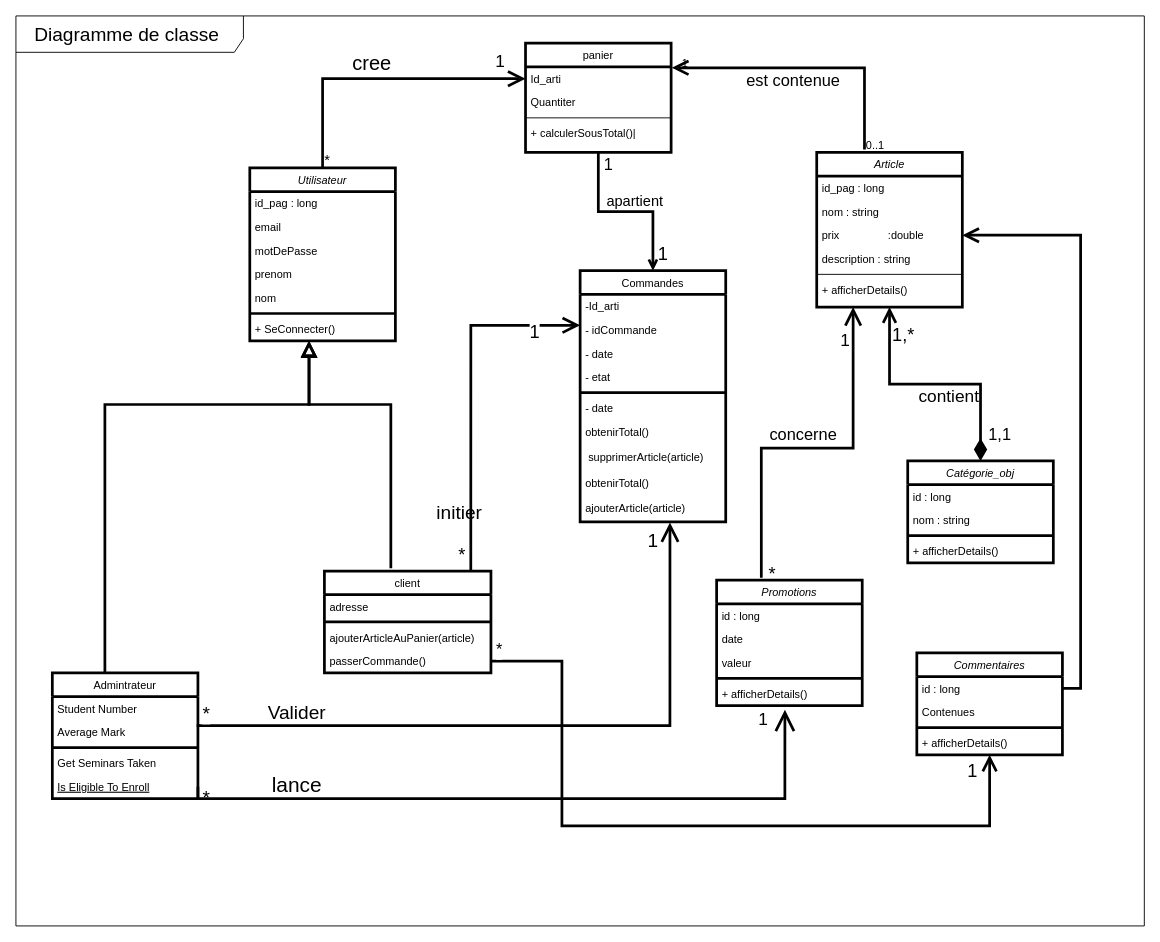
The draw.io diagram res/Classe Diagram.drawio in Meshavegas/Fadhyl-Store, before the edit. Source tidied: cells renumbered, new cells numbered last; positions are measured from the earlier drawing's top-left corner, leaving out a move shared by most shapes. Both pictures are drawn from the tidied source at 91%, with x=0, y=0 at pixel (15, -56).
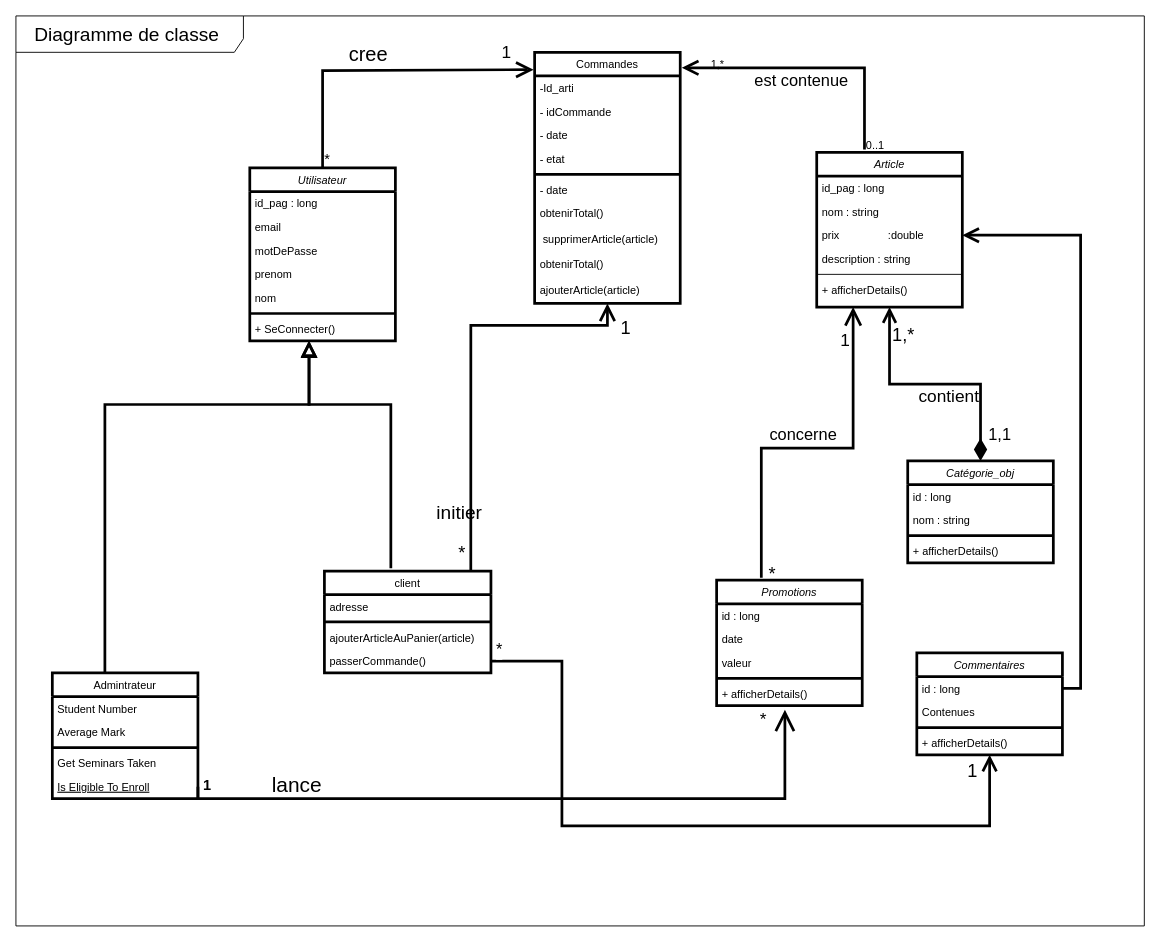
After the change.

Unchanged cells that the change refers to:
```xml
<mxCell id="5" value="Article" style="swimlane;fontStyle=2;align=center;verticalAlign=top;horizontal=1;startSize=26;rounded=0;shadow=0;strokeWidth=3;" parent="1" vertex="1">
  <mxGeometry x="880" y="228" width="160" height="170" as="geometry" />
</mxCell>
<mxCell id="14" value="Average Mark" style="text;align=left;verticalAlign=top;spacingLeft=4;spacingRight=4;overflow=hidden;points=[[0,0.5],[1,0.5]];portConstraint=eastwest;rounded=0;shadow=0;html=0;" parent="12" vertex="1">
  <mxGeometry y="52" width="160" height="26" as="geometry" />
</mxCell>
<mxCell id="47" value="ajouterArticle(article)" style="text;align=left;verticalAlign=top;spacingLeft=4;spacingRight=4;overflow=hidden;points=[[0,0.5],[1,0.5]];portConstraint=eastwest;" parent="37" vertex="1">
  <mxGeometry y="248" width="160" height="28" as="geometry" />
</mxCell>
<mxCell id="52" value="Utilisateur" style="swimlane;fontStyle=2;align=center;verticalAlign=top;horizontal=1;startSize=26;rounded=0;shadow=0;strokeWidth=3;" parent="1" vertex="1">
  <mxGeometry x="257" y="245" width="160" height="190" as="geometry" />
</mxCell>
<mxCell id="60" style="edgeStyle=orthogonalEdgeStyle;rounded=0;jettySize=auto;html=1;exitX=0.879;exitY=-0.005;exitDx=0;exitDy=0;exitPerimeter=0;strokeWidth=3;endSize=13;endArrow=open;endFill=0;" parent="1" edge="1" source="19" target="37">
  <mxGeometry relative="1" as="geometry">
    <Array as="points">
      <mxPoint x="500" y="418" />
    </Array>
  </mxGeometry>
</mxCell>
<mxCell id="86" style="edgeStyle=orthogonalEdgeStyle;rounded=0;jettySize=auto;html=1;exitX=1;exitY=0.5;exitDx=0;exitDy=0;entryX=0.469;entryY=1.173;entryDx=0;entryDy=0;entryPerimeter=0;strokeWidth=3;endArrow=open;endFill=0;endSize=17;" parent="1" edge="1" source="17" target="84">
  <mxGeometry relative="1" as="geometry">
    <Array as="points">
      <mxPoint x="200" y="938" />
      <mxPoint x="845" y="938" />
    </Array>
  </mxGeometry>
</mxCell>
```

The edit, as a diff of the source:
```diff
@@
-    <mxCell id="25" style="edgeStyle=orthogonalEdgeStyle;rounded=0;jettySize=auto;html=1;exitX=0.5;exitY=1;exitDx=0;exitDy=0;entryX=0.5;entryY=0;entryDx=0;entryDy=0;endArrow=open;endFill=0;strokeWidth=3;" parent="1" edge="1" source="28" target="37">
-      <mxGeometry relative="1" as="geometry" />
-    </mxCell>
-    <mxCell id="26" value="&lt;font style=&quot;font-size: 18px;&quot;&gt;1&lt;/font&gt;" style="edgeLabel;html=1;align=center;verticalAlign=middle;" parent="25" vertex="1">
-      <mxGeometry x="-0.86" y="1" relative="1" as="geometry">
-        <mxPoint x="9" as="offset" />
-      </mxGeometry>
-    </mxCell>
-    <mxCell id="27" value="&lt;font style=&quot;font-size: 20px;&quot;&gt;1&lt;/font&gt;" style="edgeLabel;html=1;align=center;verticalAlign=middle;" parent="25" vertex="1">
-      <mxGeometry x="0.79" y="-3" relative="1" as="geometry">
-        <mxPoint x="13" as="offset" />
-      </mxGeometry>
-    </mxCell>
-    <mxCell id="28" value="panier" style="swimlane;fontStyle=0;align=center;verticalAlign=top;horizontal=1;startSize=26;rounded=0;shadow=0;strokeWidth=3;" parent="1" vertex="1">
-      <mxGeometry x="560" y="108" width="160" height="120" as="geometry" />
-    </mxCell>
-    <mxCell id="29" value="Id_arti" style="text;align=left;verticalAlign=top;spacingLeft=4;spacingRight=4;overflow=hidden;points=[[0,0.5],[1,0.5]];portConstraint=eastwest;" parent="28" vertex="1">
-      <mxGeometry y="26" width="160" height="26" as="geometry" />
-    </mxCell>
-    <mxCell id="30" value="Quantiter" style="text;align=left;verticalAlign=top;spacingLeft=4;spacingRight=4;overflow=hidden;rounded=0;shadow=0;html=0;" parent="28" vertex="1">
-      <mxGeometry y="52" width="160" height="26" as="geometry" />
-    </mxCell>
-    <mxCell id="31" style="line;html=1;strokeWidth=1;align=left;verticalAlign=middle;spacingTop=-1;spacingLeft=3;spacingRight=3;labelPosition=right;" parent="28" vertex="1">
-      <mxGeometry y="78" width="160" height="8" as="geometry" />
-    </mxCell>
-    <mxCell id="32" value="+ calculerSousTotal()|" style="text;align=left;verticalAlign=top;spacingLeft=4;spacingRight=4;overflow=hidden;" parent="28" vertex="1">
-      <mxGeometry y="86" width="160" height="26" as="geometry" />
-    </mxCell>
-    <mxCell id="33" style="endArrow=open;shadow=0;strokeWidth=3;rounded=0;endFill=1;edgeStyle=elbowEdgeStyle;elbow=vertical;entryX=1.005;entryY=0.007;entryDx=0;entryDy=0;entryPerimeter=0;exitX=0.328;exitY=-0.019;exitDx=0;exitDy=0;exitPerimeter=0;endSize=12;" parent="1" edge="1" source="5" target="29">
+    <mxCell id="33" style="endArrow=open;shadow=0;strokeWidth=3;rounded=0;endFill=1;edgeStyle=elbowEdgeStyle;elbow=vertical;entryX=1.011;entryY=0.062;entryDx=0;entryDy=0;entryPerimeter=0;exitX=0.328;exitY=-0.019;exitDx=0;exitDy=0;exitPerimeter=0;endSize=12;" parent="1" edge="1" source="5" target="37">
       <mxGeometry x="0.5" y="41" relative="1" as="geometry">
         <Array as="points">
           <mxPoint x="982.1" y="135" />
           <mxPoint x="682.1" y="45" />
           <mxPoint x="922.1" />
         </Array>
         <mxPoint x="-40" y="32" as="offset" />
       </mxGeometry>
     </mxCell>
@@
-    <mxCell id="35" value="1" style="align=right;verticalAlign=bottom;labelBackgroundColor=none;fontSize=12;" parent="33" vertex="1">
+    <mxCell id="35" value="1,*" style="align=right;verticalAlign=bottom;labelBackgroundColor=none;fontSize=12;" parent="33" vertex="1">
       <mxGeometry x="1" relative="1" as="geometry">
-        <mxPoint x="19" y="4" as="offset" />
+        <mxPoint x="48" y="4" as="offset" />
       </mxGeometry>
     </mxCell>
@@
     <mxCell id="37" value="Commandes" style="swimlane;fontStyle=0;align=center;verticalAlign=top;horizontal=1;startSize=26;rounded=0;shadow=0;strokeWidth=3;" parent="1" vertex="1">
-      <mxGeometry x="620" y="358" width="160" height="276" as="geometry" />
+      <mxGeometry x="570" y="118" width="160" height="276" as="geometry" />
     </mxCell>
@@
-    <mxCell id="48" style="edgeStyle=orthogonalEdgeStyle;rounded=0;jettySize=auto;html=1;exitX=0.5;exitY=0;exitDx=0;exitDy=0;entryX=0;entryY=0.5;entryDx=0;entryDy=0;endArrow=open;endFill=0;strokeWidth=3;endSize=13;" parent="1" edge="1" source="52" target="29">
-      <mxGeometry relative="1" as="geometry" />
+    <mxCell id="48" style="edgeStyle=orthogonalEdgeStyle;rounded=0;jettySize=auto;html=1;exitX=0.5;exitY=0;exitDx=0;exitDy=0;entryX=-0.007;entryY=0.069;entryDx=0;entryDy=0;endArrow=open;endFill=0;strokeWidth=3;endSize=13;entryPerimeter=0;" parent="1" edge="1" source="52" target="37">
+      <mxGeometry relative="1" as="geometry">
+        <Array as="points">
+          <mxPoint x="337" y="138" />
+          <mxPoint x="569" y="138" />
+        </Array>
+      </mxGeometry>
     </mxCell>
@@
     <mxCell id="62" value="&lt;font style=&quot;font-size: 20px;&quot;&gt;1&lt;/font&gt;" style="edgeLabel;html=1;align=center;verticalAlign=middle;" parent="60" vertex="1">
       <mxGeometry x="-0.89" y="-1" relative="1" as="geometry">
-        <mxPoint x="69" y="-243" as="offset" />
+        <mxPoint x="169" y="-244" as="offset" />
       </mxGeometry>
     </mxCell>
@@
-    <mxCell id="64" style="edgeStyle=orthogonalEdgeStyle;rounded=0;jettySize=auto;html=1;exitX=1.001;exitY=0.164;exitDx=0;exitDy=0;entryX=0.617;entryY=1.023;entryDx=0;entryDy=0;entryPerimeter=0;endArrow=open;endFill=0;exitPerimeter=0;strokeWidth=3;endSize=15;" parent="1" edge="1" source="14" target="47">
-      <mxGeometry relative="1" as="geometry">
-        <Array as="points">
-          <mxPoint x="200" y="858" />
-          <mxPoint x="719" y="858" />
-        </Array>
-      </mxGeometry>
-    </mxCell>
-    <mxCell id="65" value="&lt;font style=&quot;font-size: 21px;&quot;&gt;*&lt;/font&gt;" style="edgeLabel;html=1;align=center;verticalAlign=middle;" parent="64" vertex="1">
-      <mxGeometry x="-0.97" relative="1" as="geometry">
-        <mxPoint x="-1" y="-15" as="offset" />
-      </mxGeometry>
-    </mxCell>
-    <mxCell id="66" value="&lt;font style=&quot;font-size: 21px;&quot;&gt;1&lt;/font&gt;" style="edgeLabel;html=1;align=center;verticalAlign=middle;" parent="64" vertex="1">
-      <mxGeometry x="0.95" y="-1" relative="1" as="geometry">
-        <mxPoint x="-20" as="offset" />
-      </mxGeometry>
-    </mxCell>
-    <mxCell id="67" value="&lt;font style=&quot;font-size: 21px;&quot;&gt;*&lt;/font&gt;" style="edgeLabel;html=1;align=center;verticalAlign=middle;" parent="64" vertex="1">
-      <mxGeometry x="-0.97" relative="1" as="geometry">
-        <mxPoint x="-1" y="77" as="offset" />
-      </mxGeometry>
-    </mxCell>
-    <mxCell id="68" value="Valider" style="text;html=1;strokeColor=none;fillColor=none;align=center;verticalAlign=middle;whiteSpace=wrap;rounded=0;fontSize=21;" parent="1" vertex="1">
-      <mxGeometry x="279" y="828" width="60" height="30" as="geometry" />
-    </mxCell>
-    <mxCell id="69" value="&lt;font style=&quot;font-size: 16px;&quot;&gt;apartient&lt;/font&gt;" style="text;html=1;align=center;verticalAlign=middle;strokeColor=none;fillColor=none;" parent="1" vertex="1">
-      <mxGeometry x="635" y="266" width="90" height="30" as="geometry" />
-    </mxCell>
@@
-    <mxCell id="87" value="&lt;font style=&quot;font-size: 19px;&quot;&gt;1&lt;/font&gt;" style="edgeLabel;html=1;align=center;verticalAlign=middle;" parent="86" vertex="1">
+    <mxCell id="87" value="&lt;span style=&quot;font-size: 19px;&quot;&gt;*&lt;/span&gt;" style="edgeLabel;html=1;align=center;verticalAlign=middle;" parent="86" vertex="1">
       <mxGeometry x="0.95" y="-1" relative="1" as="geometry">
         <mxPoint x="-26" y="-8" as="offset" />
       </mxGeometry>
     </mxCell>
@@
+    <mxCell id="99" value="&lt;font style=&quot;font-size: 16px;&quot;&gt;&lt;b&gt;1&lt;/b&gt;&lt;/font&gt;" style="text;html=1;align=center;verticalAlign=middle;strokeColor=none;fillColor=none;" parent="1" vertex="1">
+      <mxGeometry x="195" y="908" width="30" height="30" as="geometry" />
+    </mxCell>
```
